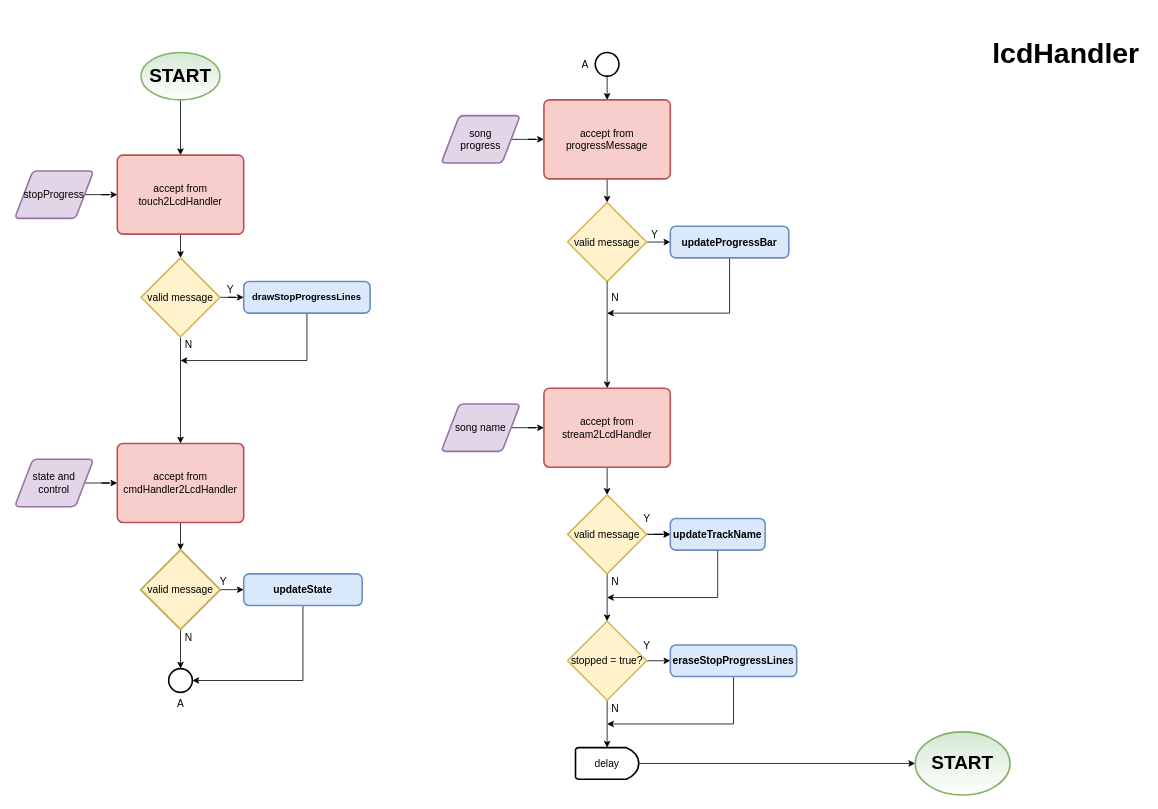
The draw.io diagram Project/doc/diagrams/lcdHandler.drawio in baldwinvs/embsys105, before the edit. Source tidied: cells renumbered, new cells numbered last; positions are measured from the earlier drawing's top-left corner, leaving out a move shared by most shapes. Both pictures are drawn from the tidied source at 79%, with x=0, y=0 at pixel (14, 13).
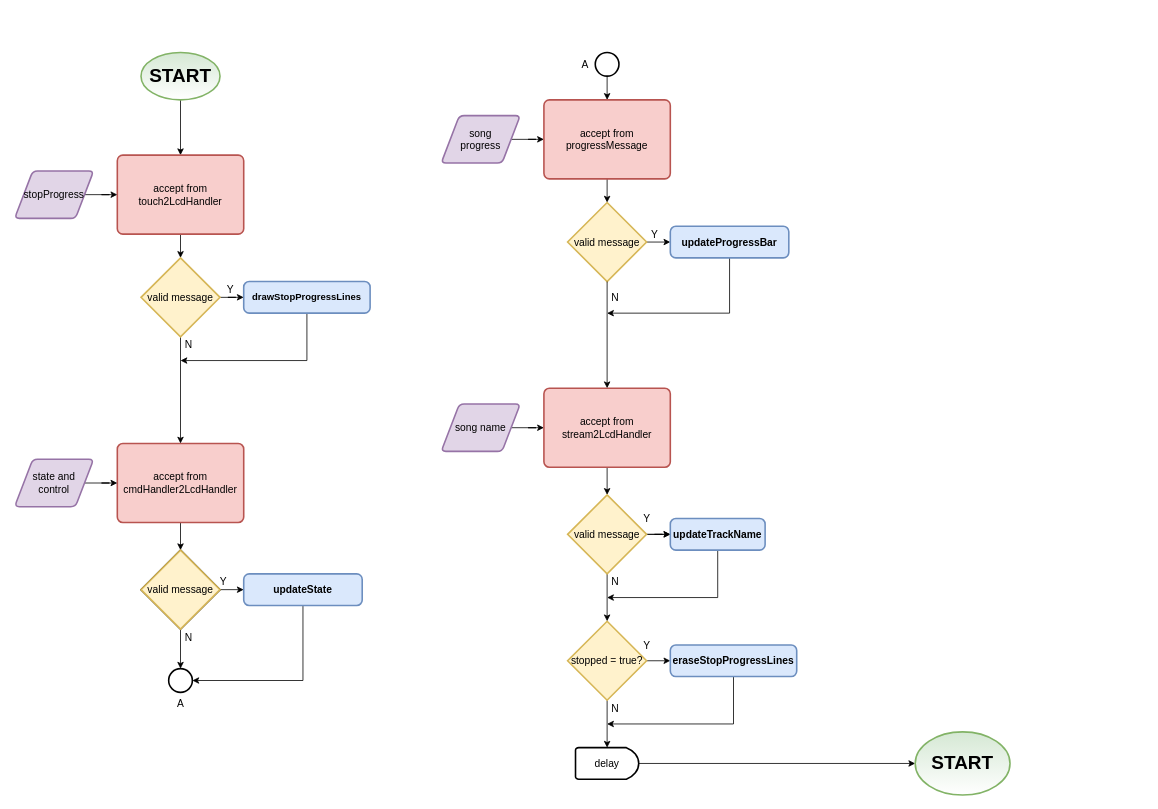
The same diagram, later.

Diff of the diagram source:
```diff
@@
-    <mxCell id="51" value="&lt;font style=&quot;font-size: 36px&quot;&gt;&lt;b&gt;lcdHandler&lt;/b&gt;&lt;/font&gt;" style="text;html=1;strokeColor=none;fillColor=none;align=center;verticalAlign=middle;whiteSpace=wrap;rounded=0;fontSize=13;" parent="1" vertex="1">
-      <mxGeometry x="1231" width="200" height="100" as="geometry" />
-    </mxCell>
```
